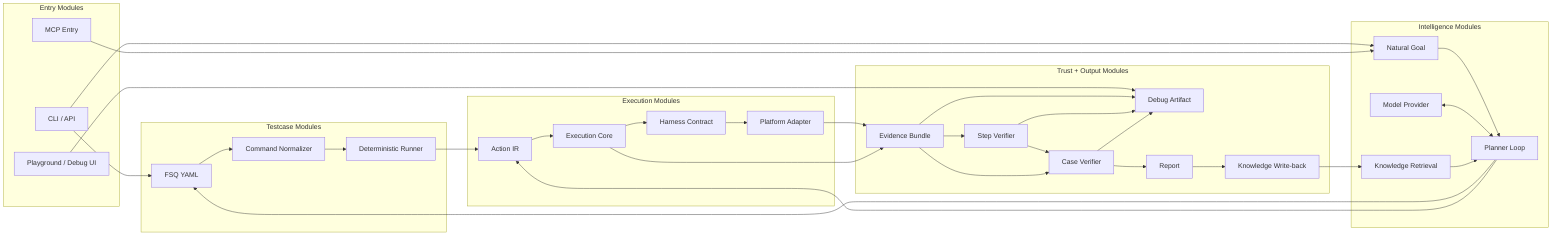
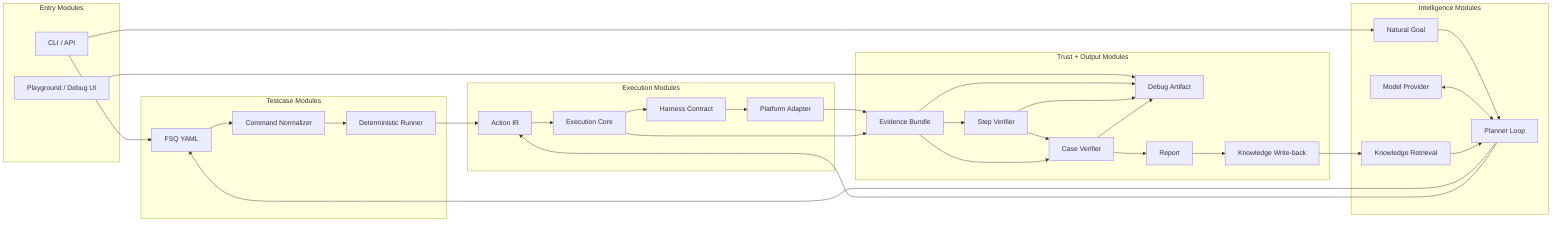
flowchart LR
    subgraph Entry[Entry Modules]
        CLI[CLI / API]
-         MCP[MCP Entry]
        PLAY[Playground / Debug UI]
    end

    subgraph Testcase[Testcase Modules]
        FSQYAML[FSQ YAML]
        NORMALIZER[Command Normalizer]
        RUNNER[Deterministic Runner]
    end

    subgraph Intelligence[Intelligence Modules]
        GOAL[Natural Goal]
        PLANNER[Planner Loop]
        MODEL[Model Provider]
        KNOW[Knowledge Retrieval]
    end

    subgraph Execution[Execution Modules]
        ACTIONIR[Action IR]
        EXEC[Execution Core]
        HARNESS[Harness Contract]
        PLATFORM[Platform Adapter]
    end

    subgraph Trust[Trust + Output Modules]
        EVIDENCE[Evidence Bundle]
        STEPVER[Step Verifier]
        CASEVER[Case Verifier]
        DEBUG[Debug Artifact]
        REPORT[Report]
        WRITEBACK[Knowledge Write-back]
    end

    CLI --> FSQYAML
    CLI --> GOAL
-     MCP --> GOAL
    PLAY --> DEBUG
    FSQYAML --> NORMALIZER --> RUNNER --> ACTIONIR
    GOAL --> PLANNER
    MODEL <--> PLANNER
    KNOW --> PLANNER
    PLANNER --> FSQYAML
    PLANNER --> ACTIONIR
    ACTIONIR --> EXEC --> HARNESS --> PLATFORM
    PLATFORM --> EVIDENCE
    EXEC --> EVIDENCE
    EVIDENCE --> STEPVER --> CASEVER
    EVIDENCE --> CASEVER
    CASEVER --> REPORT
    EVIDENCE --> DEBUG
    STEPVER --> DEBUG
    CASEVER --> DEBUG
    REPORT --> WRITEBACK --> KNOW
